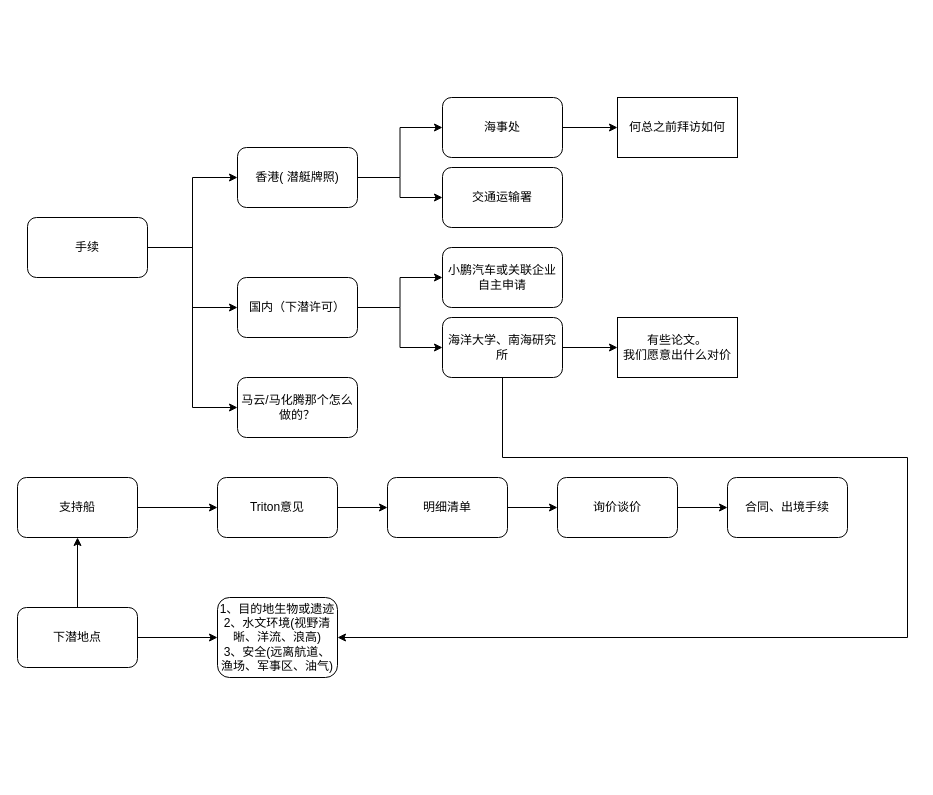
This is Sub.drawio from hyperxz/drew2, a draw.io file, before an edit. Source tidied: cells renumbered, new cells numbered last; positions are measured from the earlier drawing's top-left corner, leaving out a move shared by most shapes. Both pictures are drawn from the tidied source at 100%, with x=0, y=0 at pixel (17, 97).
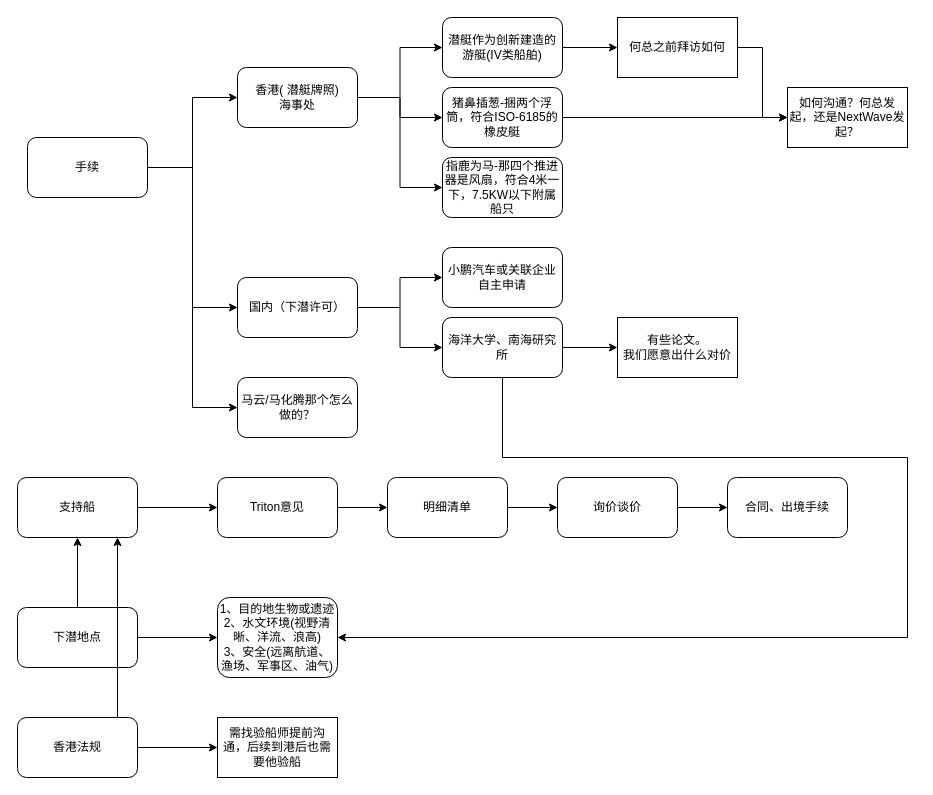
The same page after the edit.

Unchanged cells that the change refers to:
```xml
<mxCell id="21" value="马云/马化腾那个怎么做的？" style="rounded=1;whiteSpace=wrap;html=1;" parent="1" vertex="1">
  <mxGeometry x="220" y="280" width="120" height="60" as="geometry" />
</mxCell>
```

The edit, as a diff of the source:
```diff
@@
+    <mxCell id="4" style="edgeStyle=orthogonalEdgeStyle;rounded=0;jettySize=auto;html=1;exitX=1;exitY=0.5;exitDx=0;exitDy=0;entryX=0;entryY=0.5;entryDx=0;entryDy=0;" parent="1" edge="1" source="5" target="21">
+      <mxGeometry relative="1" as="geometry" />
+    </mxCell>
@@
-    <mxCell id="4" style="edgeStyle=orthogonalEdgeStyle;rounded=0;jettySize=auto;html=1;exitX=1;exitY=0.5;exitDx=0;exitDy=0;entryX=0;entryY=0.5;entryDx=0;entryDy=0;" parent="1" edge="1" source="5" target="21">
-      <mxGeometry relative="1" as="geometry" />
-    </mxCell>
     <mxCell id="5" value="手续" style="rounded=1;whiteSpace=wrap;html=1;" parent="1" vertex="1">
-      <mxGeometry x="10" y="120" width="120" height="60" as="geometry" />
+      <mxGeometry x="10" y="40" width="120" height="60" as="geometry" />
     </mxCell>
@@
+    <mxCell id="35" style="edgeStyle=orthogonalEdgeStyle;rounded=0;jettySize=auto;html=1;exitX=1;exitY=0.5;exitDx=0;exitDy=0;entryX=0;entryY=0.5;entryDx=0;entryDy=0;" parent="1" edge="1" source="8" target="38">
+      <mxGeometry relative="1" as="geometry" />
+    </mxCell>
-    <mxCell id="8" value="香港( 潜艇牌照)" style="rounded=1;whiteSpace=wrap;html=1;" parent="1" vertex="1">
-      <mxGeometry x="220" y="50" width="120" height="60" as="geometry" />
+    <mxCell id="8" value="香港( 潜艇牌照)&lt;br&gt;海事处" style="rounded=1;whiteSpace=wrap;html=1;" parent="1" vertex="1">
+      <mxGeometry x="220" y="-30" width="120" height="60" as="geometry" />
     </mxCell>
@@
-    <mxCell id="13" value="海事处" style="rounded=1;whiteSpace=wrap;html=1;" parent="1" vertex="1">
-      <mxGeometry x="425" width="120" height="60" as="geometry" />
+    <mxCell id="13" value="潜艇作为创新建造的游艇(IV类船舶)" style="rounded=1;whiteSpace=wrap;html=1;" parent="1" vertex="1">
+      <mxGeometry x="425" y="-80" width="120" height="60" as="geometry" />
     </mxCell>
+    <mxCell id="36" style="edgeStyle=orthogonalEdgeStyle;rounded=0;jettySize=auto;html=1;exitX=1;exitY=0.5;exitDx=0;exitDy=0;" parent="1" edge="1" source="14">
+      <mxGeometry relative="1" as="geometry">
+        <mxPoint x="770" y="20" as="targetPoint" />
+      </mxGeometry>
+    </mxCell>
-    <mxCell id="14" value="交通运输署" style="rounded=1;whiteSpace=wrap;html=1;" parent="1" vertex="1">
-      <mxGeometry x="425" y="70" width="120" height="60" as="geometry" />
+    <mxCell id="14" value="猪鼻插葱-捆两个浮筒，符合ISO-6185的橡皮艇" style="rounded=1;whiteSpace=wrap;html=1;" parent="1" vertex="1">
+      <mxGeometry x="425" y="-10" width="120" height="60" as="geometry" />
     </mxCell>
@@
+    <mxCell id="37" style="edgeStyle=orthogonalEdgeStyle;rounded=0;jettySize=auto;html=1;exitX=1;exitY=0.5;exitDx=0;exitDy=0;entryX=0;entryY=0.5;entryDx=0;entryDy=0;" parent="1" edge="1" source="22" target="39">
+      <mxGeometry relative="1" as="geometry" />
+    </mxCell>
     <mxCell id="22" value="何总之前拜访如何" style="rounded=0;whiteSpace=wrap;html=1;" parent="1" vertex="1">
-      <mxGeometry x="600" width="120" height="60" as="geometry" />
+      <mxGeometry x="600" y="-80" width="120" height="60" as="geometry" />
     </mxCell>
@@
+    <mxCell id="38" value="指鹿为马-那四个推进器是风扇，符合4米一下，7.5KW以下附属船只" style="rounded=1;whiteSpace=wrap;html=1;" parent="1" vertex="1">
+      <mxGeometry x="425" y="60" width="120" height="60" as="geometry" />
+    </mxCell>
+    <mxCell id="39" value="如何沟通？何总发起，还是NextWave发起？" style="rounded=0;whiteSpace=wrap;html=1;" parent="1" vertex="1">
+      <mxGeometry x="770" y="-10" width="120" height="60" as="geometry" />
+    </mxCell>
+    <mxCell id="40" style="edgeStyle=orthogonalEdgeStyle;rounded=0;orthogonalLoop=1;jettySize=auto;html=1;exitX=0.5;exitY=0;exitDx=0;exitDy=0;entryX=0.5;entryY=1;entryDx=0;entryDy=0;" parent="1" edge="1">
+      <mxGeometry relative="1" as="geometry">
+        <mxPoint x="100" y="620" as="sourcePoint" />
+        <mxPoint x="100" y="440" as="targetPoint" />
+      </mxGeometry>
+    </mxCell>
+    <mxCell id="41" style="edgeStyle=orthogonalEdgeStyle;rounded=0;jettySize=auto;html=1;exitX=1;exitY=0.5;exitDx=0;exitDy=0;" parent="1" edge="1" source="42" target="43">
+      <mxGeometry relative="1" as="geometry" />
+    </mxCell>
+    <mxCell id="42" value="香港法规" style="rounded=1;whiteSpace=wrap;html=1;" parent="1" vertex="1">
+      <mxGeometry y="620" width="120" height="60" as="geometry" />
+    </mxCell>
+    <mxCell id="43" value="需找验船师提前沟通，后续到港后也需要他验船" style="rounded=0;whiteSpace=wrap;html=1;" parent="1" vertex="1">
+      <mxGeometry x="200" y="620" width="120" height="60" as="geometry" />
+    </mxCell>
```
